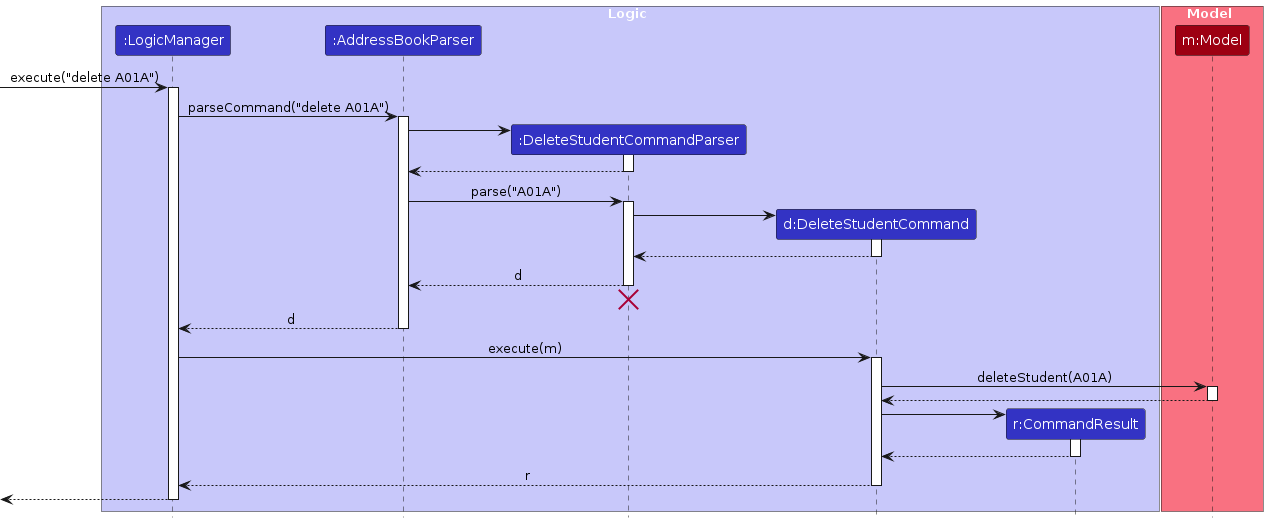
AY2425S2-CS2103T-T11-2/tp keeps this PlantUML diagram as diagrams/DeleteSequenceDiagram.png. Above is the earlier version. Its source is kept beside it as diagrams/DeleteSequenceDiagram.puml.
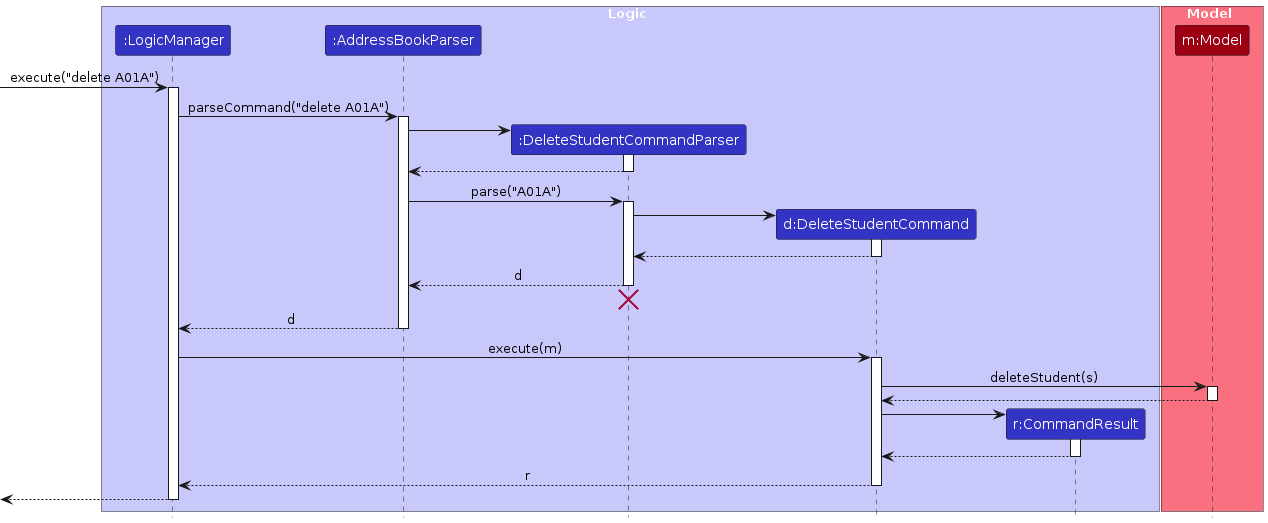
Later version of the same file.

Change to the diagram source:
```diff
@@ -48,7 +48,7 @@
 LogicManager -> DeleteStudentCommand : execute(m)
 activate DeleteStudentCommand
 
-DeleteStudentCommand -> Model : deleteStudent(A01A)
+DeleteStudentCommand -> Model : deleteStudent(s)
 activate Model
 
 Model --> DeleteStudentCommand
```
